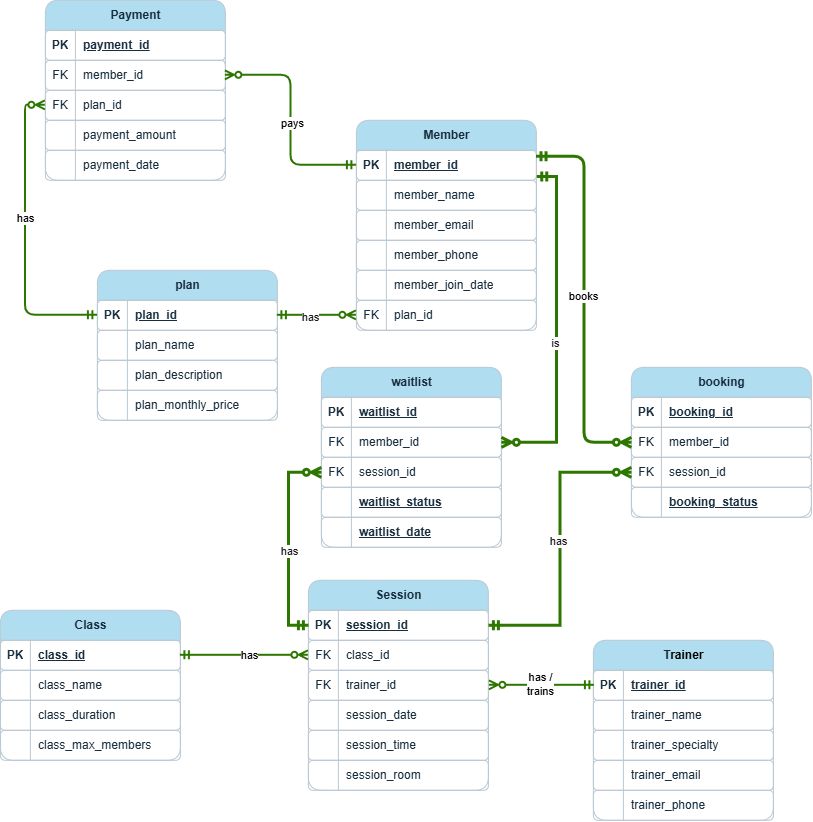
muthelophindulo/ironclad_fitness_gym_db keeps this draw.io diagram as diagrams/ironclad_fitness_ERD.png. Above is the earlier version. Source tidied: cells renumbered, new cells last; positions are measured from the earlier drawing's top-left corner, leaving out a move shared by most shapes.
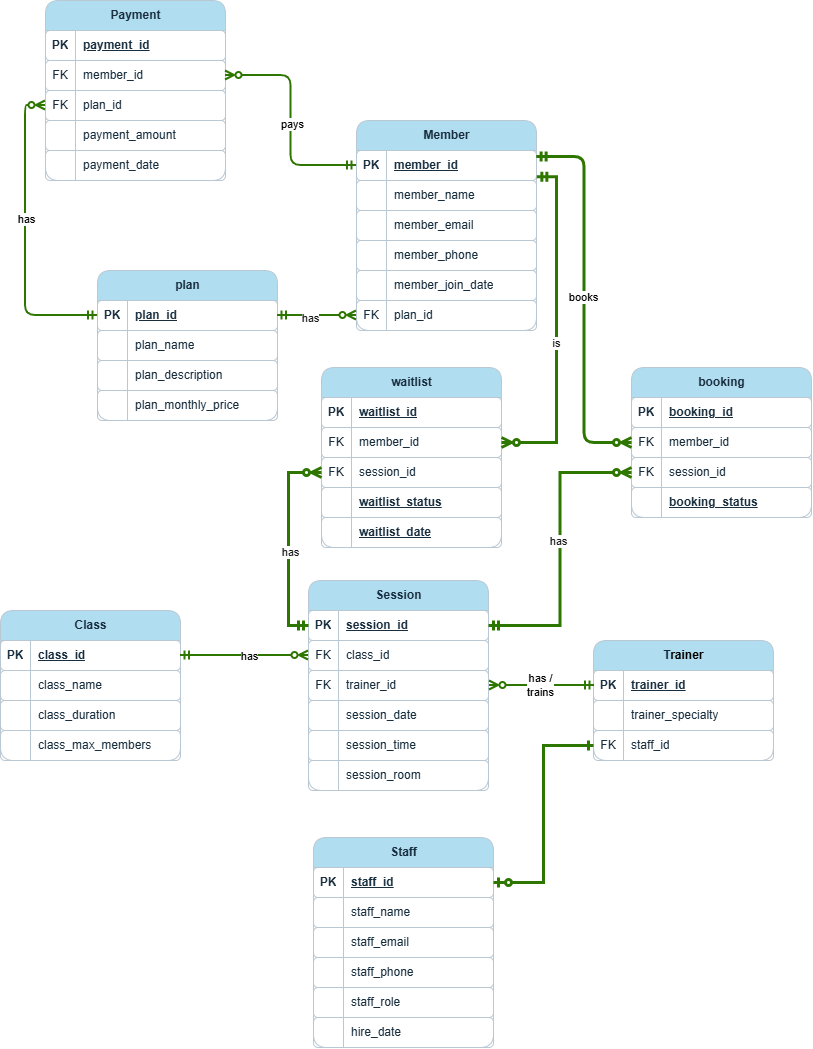
The same file after the commit.

Diff of the diagram source:
```diff
@@ -42,7 +42,7 @@
       <mxGeometry x="30" width="150" height="30" as="geometry" />
     </mxCell>
     <mxCell id="15" value="T&lt;span style=&quot;background-color: transparent; color: light-dark(rgb(0, 0, 0), rgb(255, 255, 255));&quot;&gt;rainer&lt;/span&gt;" style="shape=table;startSize=30;rowLines=0;fontStyle=1;align=center;html=1;labelBackgroundColor=none;fillColor=#B1DDF0;strokeColor=#BAC8D3;fontColor=#182E3E;rounded=1;" parent="1" vertex="1">
-      <mxGeometry x="593" y="640" width="180" height="180" as="geometry" />
+      <mxGeometry x="593" y="640" width="180" height="120" as="geometry" />
     </mxCell>
     <mxCell id="16" style="shape=tableRow;horizontal=0;startSize=0;swimlaneHead=0;swimlaneBody=0;fillColor=none;top=0;left=0;right=0;bottom=1;labelBackgroundColor=none;strokeColor=#BAC8D3;fontColor=#182E3E;rounded=1;" parent="15" vertex="1">
       <mxGeometry y="30" width="180" height="30" as="geometry" />
@@ -53,17 +53,8 @@
     <mxCell id="18" value="trainer_id" style="shape=partialRectangle;fillColor=none;top=0;left=0;bottom=0;right=0;align=left;spacingLeft=6;fontStyle=5;overflow=hidden;whiteSpace=wrap;html=1;labelBackgroundColor=none;strokeColor=#BAC8D3;fontColor=#182E3E;rounded=1;" parent="16" vertex="1">
       <mxGeometry x="30" width="150" height="30" as="geometry" />
     </mxCell>
-    <mxCell id="19" style="shape=tableRow;horizontal=0;startSize=0;swimlaneHead=0;swimlaneBody=0;fillColor=none;top=0;left=0;right=0;bottom=0;labelBackgroundColor=none;strokeColor=#BAC8D3;fontColor=#182E3E;rounded=1;" parent="15" vertex="1">
-      <mxGeometry y="60" width="180" height="30" as="geometry" />
-    </mxCell>
-    <mxCell id="20" style="shape=partialRectangle;fillColor=none;top=0;left=0;bottom=0;right=0;overflow=hidden;whiteSpace=wrap;html=1;labelBackgroundColor=none;strokeColor=#BAC8D3;fontColor=#182E3E;rounded=1;" parent="19" vertex="1">
-      <mxGeometry width="30" height="30" as="geometry" />
-    </mxCell>
-    <mxCell id="21" value="trainer_name" style="shape=partialRectangle;fillColor=none;top=0;left=0;bottom=0;right=0;align=left;spacingLeft=6;overflow=hidden;whiteSpace=wrap;html=1;labelBackgroundColor=none;strokeColor=#BAC8D3;fontColor=#182E3E;rounded=1;" parent="19" vertex="1">
-      <mxGeometry x="30" width="150" height="30" as="geometry" />
-    </mxCell>
     <mxCell id="22" style="shape=tableRow;horizontal=0;startSize=0;swimlaneHead=0;swimlaneBody=0;fillColor=none;top=0;left=0;right=0;bottom=0;labelBackgroundColor=none;strokeColor=#BAC8D3;fontColor=#182E3E;rounded=1;" parent="15" vertex="1">
-      <mxGeometry y="90" width="180" height="30" as="geometry" />
+      <mxGeometry y="60" width="180" height="30" as="geometry" />
     </mxCell>
     <mxCell id="23" style="shape=partialRectangle;fillColor=none;top=0;left=0;bottom=0;right=0;overflow=hidden;whiteSpace=wrap;html=1;labelBackgroundColor=none;strokeColor=#BAC8D3;fontColor=#182E3E;rounded=1;" parent="22" vertex="1">
       <mxGeometry width="30" height="30" as="geometry" />
@@ -71,24 +62,15 @@
     <mxCell id="24" value="trainer_specialty" style="shape=partialRectangle;fillColor=none;top=0;left=0;bottom=0;right=0;align=left;spacingLeft=6;overflow=hidden;whiteSpace=wrap;html=1;labelBackgroundColor=none;strokeColor=#BAC8D3;fontColor=#182E3E;rounded=1;" parent="22" vertex="1">
       <mxGeometry x="30" width="150" height="30" as="geometry" />
     </mxCell>
-    <mxCell id="25" style="shape=tableRow;horizontal=0;startSize=0;swimlaneHead=0;swimlaneBody=0;fillColor=none;top=0;left=0;right=0;bottom=0;labelBackgroundColor=none;strokeColor=#BAC8D3;fontColor=#182E3E;rounded=1;" parent="15" vertex="1">
-      <mxGeometry y="120" width="180" height="30" as="geometry" />
-    </mxCell>
-    <mxCell id="26" style="shape=partialRectangle;fillColor=none;top=0;left=0;bottom=0;right=0;overflow=hidden;whiteSpace=wrap;html=1;labelBackgroundColor=none;strokeColor=#BAC8D3;fontColor=#182E3E;rounded=1;" parent="25" vertex="1">
-      <mxGeometry width="30" height="30" as="geometry" />
-    </mxCell>
-    <mxCell id="27" value="trainer_email" style="shape=partialRectangle;fillColor=none;top=0;left=0;bottom=0;right=0;align=left;spacingLeft=6;overflow=hidden;whiteSpace=wrap;html=1;labelBackgroundColor=none;strokeColor=#BAC8D3;fontColor=#182E3E;rounded=1;" parent="25" vertex="1">
-      <mxGeometry x="30" width="150" height="30" as="geometry" />
-    </mxCell>
-    <mxCell id="28" style="shape=tableRow;horizontal=0;startSize=0;swimlaneHead=0;swimlaneBody=0;fillColor=none;top=0;left=0;right=0;bottom=0;labelBackgroundColor=none;strokeColor=#BAC8D3;fontColor=#182E3E;rounded=1;" parent="15" vertex="1">
-      <mxGeometry y="150" width="180" height="30" as="geometry" />
-    </mxCell>
-    <mxCell id="29" style="shape=partialRectangle;fillColor=none;top=0;left=0;bottom=0;right=0;overflow=hidden;whiteSpace=wrap;html=1;labelBackgroundColor=none;strokeColor=#BAC8D3;fontColor=#182E3E;rounded=1;" parent="28" vertex="1">
-      <mxGeometry width="30" height="30" as="geometry" />
-    </mxCell>
-    <mxCell id="30" value="trainer_phone" style="shape=partialRectangle;fillColor=none;top=0;left=0;bottom=0;right=0;align=left;spacingLeft=6;overflow=hidden;whiteSpace=wrap;html=1;labelBackgroundColor=none;strokeColor=#BAC8D3;fontColor=#182E3E;rounded=1;" parent="28" vertex="1">
-      <mxGeometry x="30" width="150" height="30" as="geometry" />
-    </mxCell>
+    <mxCell id="145" style="shape=tableRow;horizontal=0;startSize=0;swimlaneHead=0;swimlaneBody=0;fillColor=none;points=[[0,0.5],[1,0.5]];portConstraint=eastwest;top=0;left=0;right=0;bottom=0;labelBackgroundColor=none;strokeColor=#BAC8D3;fontColor=#182E3E;rounded=1;" parent="15" vertex="1">
+      <mxGeometry y="90" width="180" height="30" as="geometry" />
+    </mxCell>
+    <mxCell id="146" value="FK" style="shape=partialRectangle;fillColor=none;top=0;left=0;bottom=0;right=0;overflow=hidden;whiteSpace=wrap;html=1;labelBackgroundColor=none;strokeColor=#BAC8D3;fontColor=#182E3E;rounded=1;" parent="145" vertex="1">
+      <mxGeometry width="30" height="30" as="geometry" />
+    </mxCell>
+    <mxCell id="147" value="staff_id" style="shape=partialRectangle;fillColor=none;top=0;left=0;bottom=0;right=0;align=left;spacingLeft=6;overflow=hidden;whiteSpace=wrap;html=1;labelBackgroundColor=none;strokeColor=#BAC8D3;fontColor=#182E3E;rounded=1;" parent="145" vertex="1">
+      <mxGeometry x="30" width="150" height="30" as="geometry" />
+    </mxCell>
     <mxCell id="31" value="Class" style="shape=table;startSize=30;rowLines=0;fontStyle=1;align=center;html=1;labelBackgroundColor=none;fillColor=#B1DDF0;strokeColor=#BAC8D3;fontColor=#182E3E;rounded=1;" parent="1" vertex="1">
       <mxGeometry y="610" width="180" height="150" as="geometry" />
     </mxCell>
@@ -436,5 +418,65 @@
     <mxCell id="144" value="has" style="edgeLabel;html=1;align=center;verticalAlign=middle;fontFamily=Helvetica;fontSize=11;fontColor=#1A1A1A;labelBackgroundColor=default;" parent="143" vertex="1">
       <mxGeometry x="0.05" y="2" relative="1" as="geometry" />
     </mxCell>
+    <mxCell id="148" value="Staff" style="shape=table;startSize=30;rowLines=0;fontStyle=1;align=center;html=1;labelBackgroundColor=none;fillColor=#B1DDF0;strokeColor=#BAC8D3;fontColor=#182E3E;rounded=1;" parent="1" vertex="1">
+      <mxGeometry x="313" y="837" width="180" height="210" as="geometry" />
+    </mxCell>
+    <mxCell id="149" style="shape=tableRow;horizontal=0;startSize=0;swimlaneHead=0;swimlaneBody=0;fillColor=none;points=[[0,0.5],[1,0.5]];portConstraint=eastwest;top=0;left=0;right=0;bottom=1;labelBackgroundColor=none;strokeColor=#BAC8D3;fontColor=#182E3E;rounded=1;" parent="148" vertex="1">
+      <mxGeometry y="30" width="180" height="30" as="geometry" />
+    </mxCell>
+    <mxCell id="150" value="PK" style="shape=partialRectangle;fillColor=none;top=0;left=0;bottom=0;right=0;fontStyle=1;overflow=hidden;whiteSpace=wrap;html=1;labelBackgroundColor=none;strokeColor=#BAC8D3;fontColor=#182E3E;rounded=1;" parent="149" vertex="1">
+      <mxGeometry width="30" height="30" as="geometry" />
+    </mxCell>
+    <mxCell id="151" value="staff_id&lt;span style=&quot;white-space: pre;&quot;&gt;&#9;&lt;/span&gt;&lt;span style=&quot;white-space: pre;&quot;&gt;&#9;&lt;/span&gt;" style="shape=partialRectangle;fillColor=none;top=0;left=0;bottom=0;right=0;align=left;spacingLeft=6;fontStyle=5;overflow=hidden;whiteSpace=wrap;html=1;labelBackgroundColor=none;strokeColor=#BAC8D3;fontColor=#182E3E;rounded=1;" parent="149" vertex="1">
+      <mxGeometry x="30" width="150" height="30" as="geometry" />
+    </mxCell>
+    <mxCell id="19" style="shape=tableRow;horizontal=0;startSize=0;swimlaneHead=0;swimlaneBody=0;fillColor=none;top=0;left=0;right=0;bottom=0;labelBackgroundColor=none;strokeColor=#BAC8D3;fontColor=#182E3E;rounded=1;" parent="148" vertex="1">
+      <mxGeometry y="60" width="180" height="30" as="geometry" />
+    </mxCell>
+    <mxCell id="152" style="shape=partialRectangle;fillColor=none;top=0;left=0;bottom=0;right=0;overflow=hidden;whiteSpace=wrap;html=1;labelBackgroundColor=none;strokeColor=#BAC8D3;fontColor=#182E3E;rounded=1;" parent="19" vertex="1">
+      <mxGeometry width="30" height="30" as="geometry" />
+    </mxCell>
+    <mxCell id="153" value="staff_name" style="shape=partialRectangle;fillColor=none;top=0;left=0;bottom=0;right=0;align=left;spacingLeft=6;overflow=hidden;whiteSpace=wrap;html=1;labelBackgroundColor=none;strokeColor=#BAC8D3;fontColor=#182E3E;rounded=1;" parent="19" vertex="1">
+      <mxGeometry x="30" width="150" height="30" as="geometry" />
+    </mxCell>
+    <mxCell id="154" style="shape=tableRow;horizontal=0;startSize=0;swimlaneHead=0;swimlaneBody=0;fillColor=none;top=0;left=0;right=0;bottom=0;labelBackgroundColor=none;strokeColor=#BAC8D3;fontColor=#182E3E;rounded=1;" parent="148" vertex="1">
+      <mxGeometry y="90" width="180" height="30" as="geometry" />
+    </mxCell>
+    <mxCell id="155" style="shape=partialRectangle;fillColor=none;top=0;left=0;bottom=0;right=0;overflow=hidden;whiteSpace=wrap;html=1;labelBackgroundColor=none;strokeColor=#BAC8D3;fontColor=#182E3E;rounded=1;" parent="154" vertex="1">
+      <mxGeometry width="30" height="30" as="geometry" />
+    </mxCell>
+    <mxCell id="156" value="staff_email" style="shape=partialRectangle;fillColor=none;top=0;left=0;bottom=0;right=0;align=left;spacingLeft=6;overflow=hidden;whiteSpace=wrap;html=1;labelBackgroundColor=none;strokeColor=#BAC8D3;fontColor=#182E3E;rounded=1;" parent="154" vertex="1">
+      <mxGeometry x="30" width="150" height="30" as="geometry" />
+    </mxCell>
+    <mxCell id="25" style="shape=tableRow;horizontal=0;startSize=0;swimlaneHead=0;swimlaneBody=0;fillColor=none;top=0;left=0;right=0;bottom=0;labelBackgroundColor=none;strokeColor=#BAC8D3;fontColor=#182E3E;rounded=1;" parent="148" vertex="1">
+      <mxGeometry y="120" width="180" height="30" as="geometry" />
+    </mxCell>
+    <mxCell id="157" style="shape=partialRectangle;fillColor=none;top=0;left=0;bottom=0;right=0;overflow=hidden;whiteSpace=wrap;html=1;labelBackgroundColor=none;strokeColor=#BAC8D3;fontColor=#182E3E;rounded=1;" parent="25" vertex="1">
+      <mxGeometry width="30" height="30" as="geometry" />
+    </mxCell>
+    <mxCell id="158" value="staff_phone" style="shape=partialRectangle;fillColor=none;top=0;left=0;bottom=0;right=0;align=left;spacingLeft=6;overflow=hidden;whiteSpace=wrap;html=1;labelBackgroundColor=none;strokeColor=#BAC8D3;fontColor=#182E3E;rounded=1;" parent="25" vertex="1">
+      <mxGeometry x="30" width="150" height="30" as="geometry" />
+    </mxCell>
+    <mxCell id="28" style="shape=tableRow;horizontal=0;startSize=0;swimlaneHead=0;swimlaneBody=0;fillColor=none;top=0;left=0;right=0;bottom=0;labelBackgroundColor=none;strokeColor=#BAC8D3;fontColor=#182E3E;rounded=1;" parent="148" vertex="1">
+      <mxGeometry y="150" width="180" height="30" as="geometry" />
+    </mxCell>
+    <mxCell id="159" style="shape=partialRectangle;fillColor=none;top=0;left=0;bottom=0;right=0;overflow=hidden;whiteSpace=wrap;html=1;labelBackgroundColor=none;strokeColor=#BAC8D3;fontColor=#182E3E;rounded=1;" parent="28" vertex="1">
+      <mxGeometry width="30" height="30" as="geometry" />
+    </mxCell>
+    <mxCell id="160" value="staff_role" style="shape=partialRectangle;fillColor=none;top=0;left=0;bottom=0;right=0;align=left;spacingLeft=6;overflow=hidden;whiteSpace=wrap;html=1;labelBackgroundColor=none;strokeColor=#BAC8D3;fontColor=#182E3E;rounded=1;" parent="28" vertex="1">
+      <mxGeometry x="30" width="150" height="30" as="geometry" />
+    </mxCell>
+    <mxCell id="161" style="shape=tableRow;horizontal=0;startSize=0;swimlaneHead=0;swimlaneBody=0;fillColor=none;top=0;left=0;right=0;bottom=0;labelBackgroundColor=none;strokeColor=#BAC8D3;fontColor=#182E3E;rounded=1;" parent="148" vertex="1">
+      <mxGeometry y="180" width="180" height="30" as="geometry" />
+    </mxCell>
+    <mxCell id="162" style="shape=partialRectangle;fillColor=none;top=0;left=0;bottom=0;right=0;overflow=hidden;whiteSpace=wrap;html=1;labelBackgroundColor=none;strokeColor=#BAC8D3;fontColor=#182E3E;rounded=1;" parent="161" vertex="1">
+      <mxGeometry width="30" height="30" as="geometry" />
+    </mxCell>
+    <mxCell id="163" value="hire_date" style="shape=partialRectangle;fillColor=none;top=0;left=0;bottom=0;right=0;align=left;spacingLeft=6;overflow=hidden;whiteSpace=wrap;html=1;labelBackgroundColor=none;strokeColor=#BAC8D3;fontColor=#182E3E;rounded=1;" parent="161" vertex="1">
+      <mxGeometry x="30" width="150" height="30" as="geometry" />
+    </mxCell>
+    <mxCell id="164" style="edgeStyle=orthogonalEdgeStyle;shape=connector;rounded=0;jettySize=auto;html=1;exitX=0;exitY=0.5;exitDx=0;exitDy=0;entryX=1;entryY=0.5;entryDx=0;entryDy=0;strokeColor=#2D7600;strokeWidth=3;align=center;verticalAlign=middle;fontFamily=Helvetica;fontSize=11;fontColor=#1A1A1A;labelBackgroundColor=default;startArrow=ERone;startFill=0;endArrow=ERzeroToOne;endFill=0;fillColor=#60a917;" parent="1" edge="1" source="145" target="149">
+      <mxGeometry relative="1" as="geometry" />
+    </mxCell>
   </root>
 </mxGraphModel>
```
